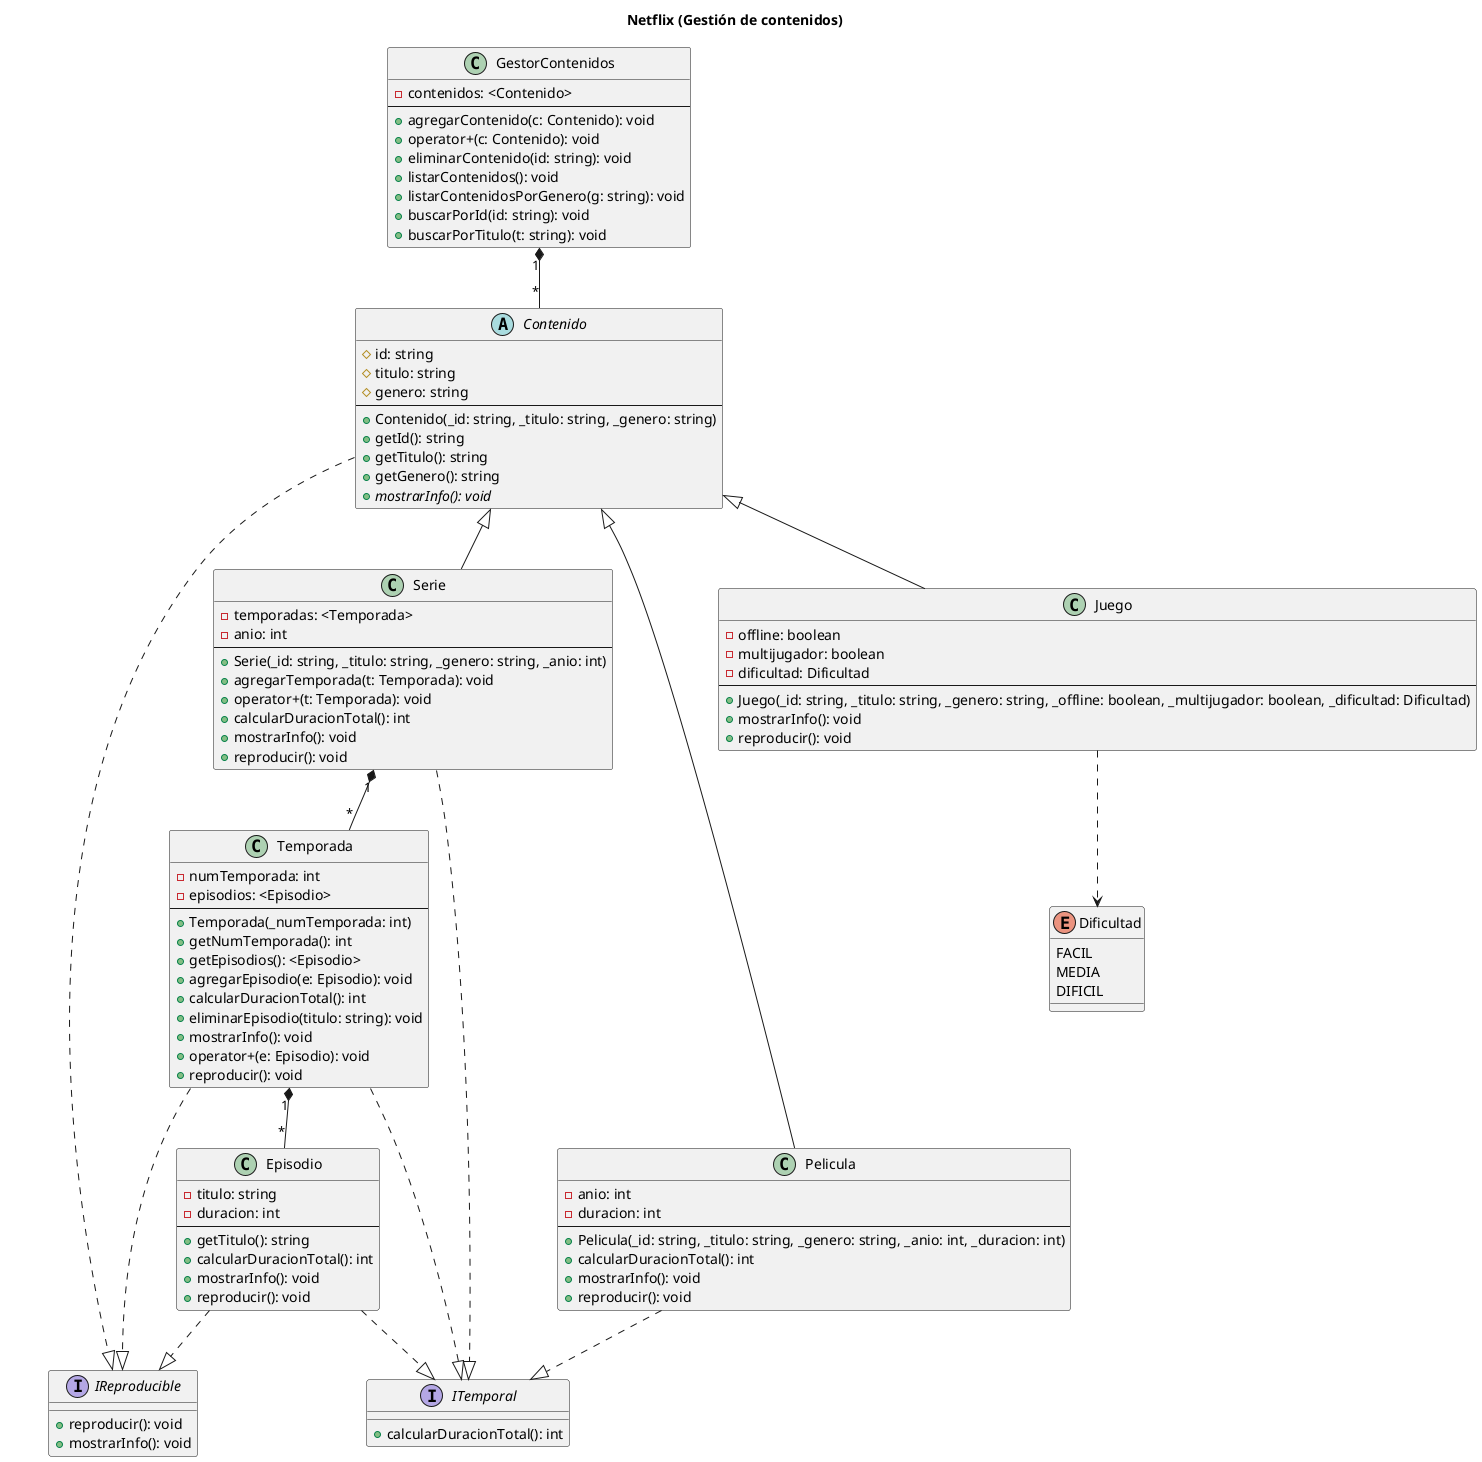
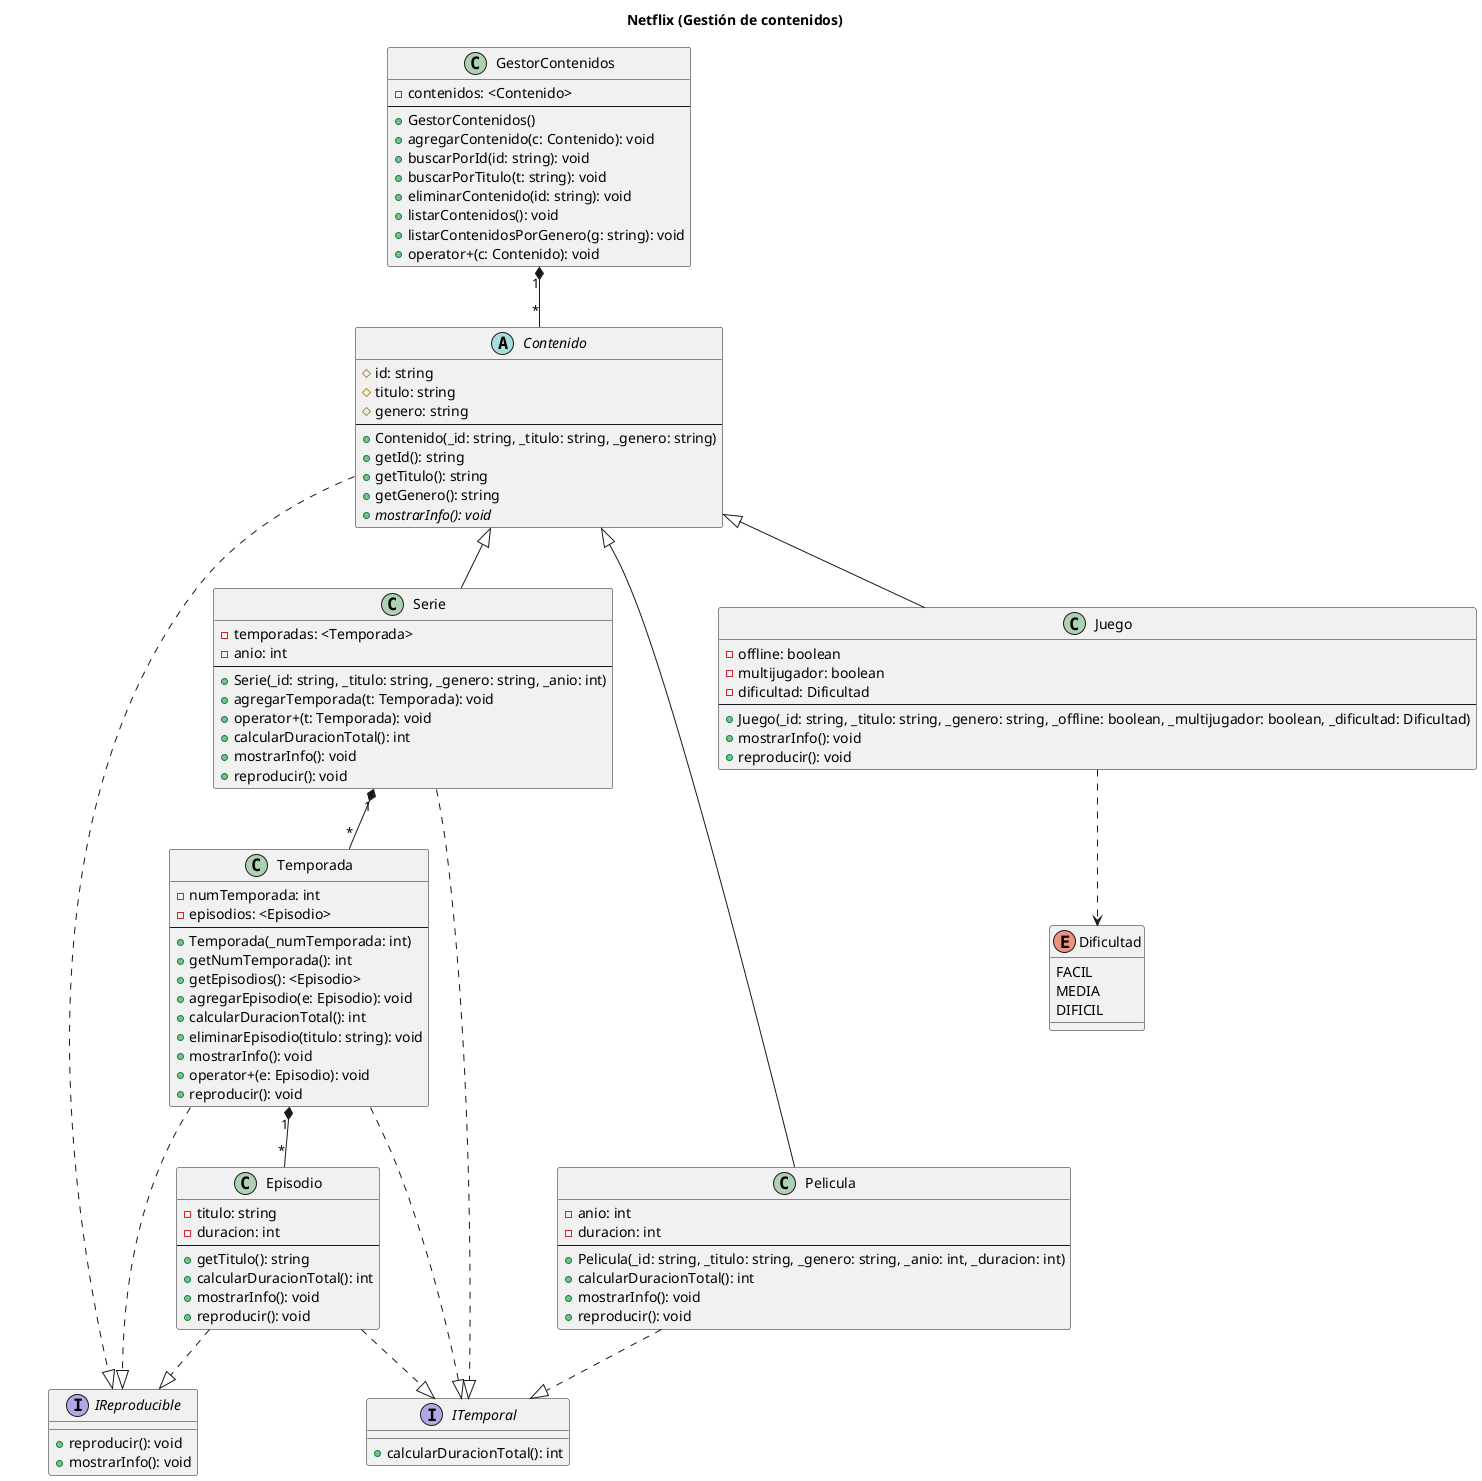
@startuml gestor_streaming
title Netflix (Gestión de contenidos)

interface IReproducible {
  + reproducir(): void
  + mostrarInfo(): void
}

interface ITemporal {
  + calcularDuracionTotal(): int
}

abstract class Contenido {
  # id: string
  # titulo: string
  # genero: string
  ---
  + Contenido(_id: string, _titulo: string, _genero: string)
  + getId(): string
  + getTitulo(): string
  + getGenero(): string
  + {abstract} mostrarInfo(): void
}

class GestorContenidos {
  - contenidos: <Contenido>
  ---
+   + GestorContenidos()
  + agregarContenido(c: Contenido): void
-   + operator+(c: Contenido): void
+   + buscarPorId(id: string): void
+   + buscarPorTitulo(t: string): void
  + eliminarContenido(id: string): void
  + listarContenidos(): void
  + listarContenidosPorGenero(g: string): void
-   + buscarPorId(id: string): void
-   + buscarPorTitulo(t: string): void
+   + operator+(c: Contenido): void
}

class Pelicula {
  - anio: int
  - duracion: int
  ---
  + Pelicula(_id: string, _titulo: string, _genero: string, _anio: int, _duracion: int)
  + calcularDuracionTotal(): int
  + mostrarInfo(): void
  + reproducir(): void
}

class Serie {
  - temporadas: <Temporada>
  - anio: int
  ---
  + Serie(_id: string, _titulo: string, _genero: string, _anio: int)
  + agregarTemporada(t: Temporada): void
  + operator+(t: Temporada): void
  + calcularDuracionTotal(): int
  + mostrarInfo(): void
  + reproducir(): void
}

class Juego {
  - offline: boolean
  - multijugador: boolean
  - dificultad: Dificultad
  ---
  + Juego(_id: string, _titulo: string, _genero: string, _offline: boolean, _multijugador: boolean, _dificultad: Dificultad)
  + mostrarInfo(): void
  + reproducir(): void
}

enum Dificultad {
  FACIL
  MEDIA
  DIFICIL
}

class Temporada {
  - numTemporada: int
  - episodios: <Episodio>
  ---
  + Temporada(_numTemporada: int)
  + getNumTemporada(): int
  + getEpisodios(): <Episodio>
  + agregarEpisodio(e: Episodio): void
  + calcularDuracionTotal(): int
  + eliminarEpisodio(titulo: string): void
  + mostrarInfo(): void
  + operator+(e: Episodio): void
  + reproducir(): void
}

class Episodio {
  - titulo: string
  - duracion: int
  ---
  + getTitulo(): string
  + calcularDuracionTotal(): int
  + mostrarInfo(): void
  + reproducir(): void
}

' Jerarquía principal
Contenido <|-- Pelicula
Contenido <|-- Serie
Contenido <|-- Juego

' Interfaces
Contenido ..|> IReproducible
Episodio ..|> IReproducible
Temporada ..|> IReproducible

Pelicula ..|> ITemporal
Serie ..|> ITemporal
Temporada ..|> ITemporal
Episodio ..|> ITemporal

' Composiciones
GestorContenidos "1" *-- "*" Contenido
Serie "1" *-- "*" Temporada
Temporada "1" *-- "*" Episodio

' Dependencia
Juego ..> Dificultad

@enduml